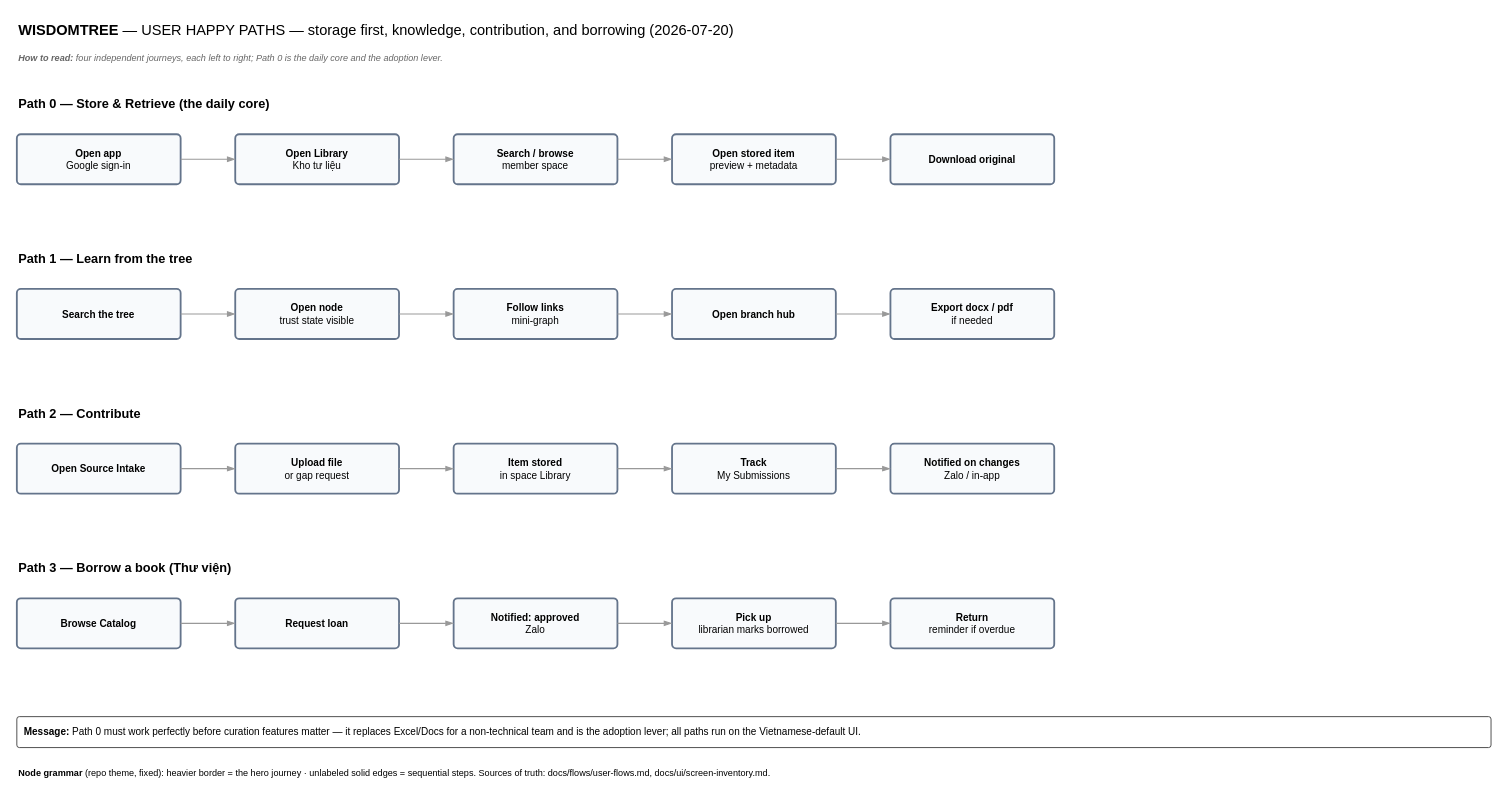
The draw.io diagram docs/diagrams/user-happy-path.drawio in chicuongwg/WisdomTree, before the edit. Source tidied: cells renumbered, new cells numbered last; positions are measured from the earlier drawing's top-left corner, leaving out a move shared by most shapes. Both pictures are drawn from the tidied source at 91%, with x=0, y=0 at pixel (16, 15).
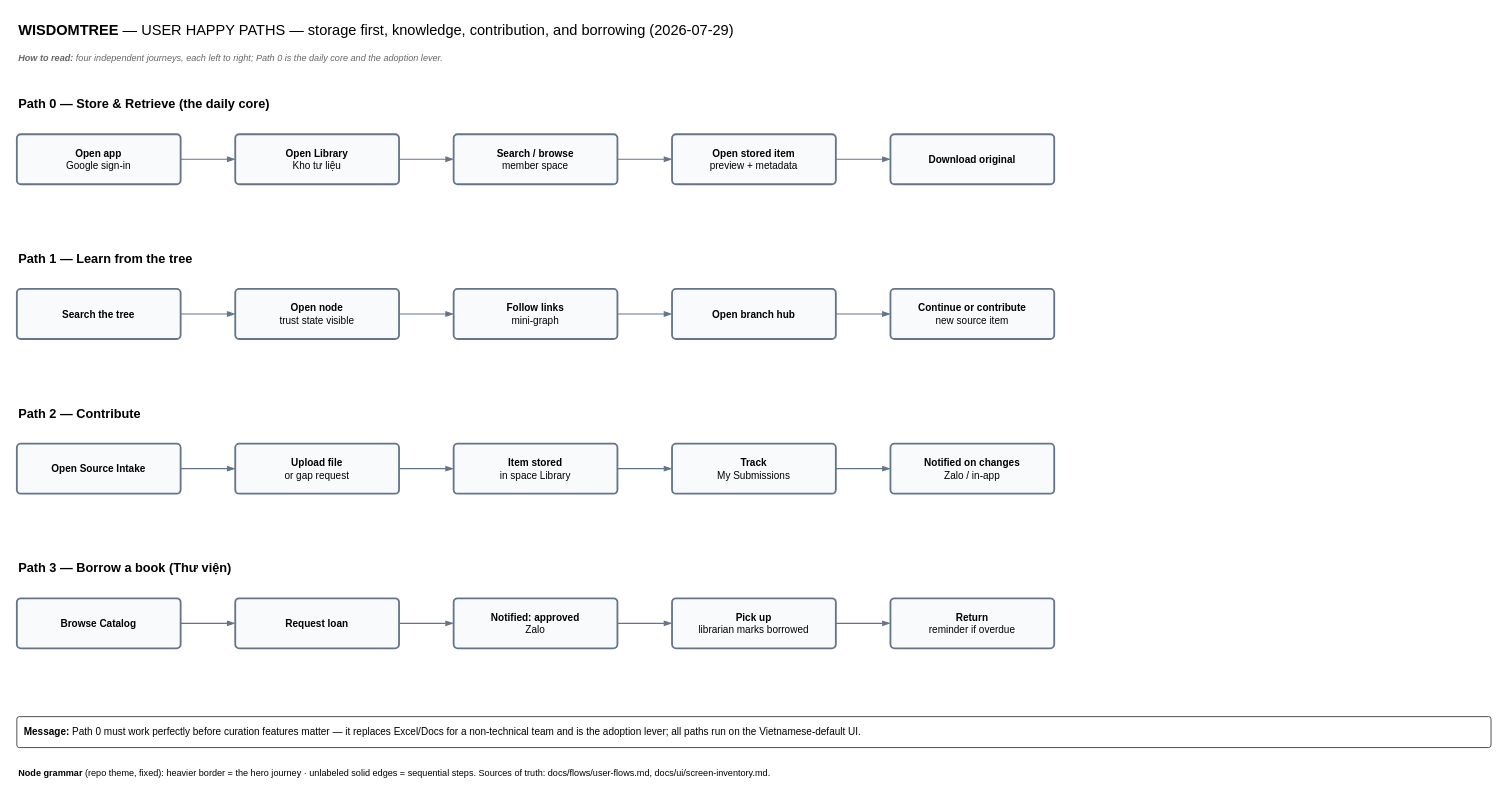
The same diagram, later.

The change refers to these unchanged cells:
```xml
<mxCell id="5" value="&lt;b&gt;Open app&lt;/b&gt;&lt;br&gt;Google sign-in" style="rounded=1;whiteSpace=wrap;html=1;arcSize=8;fillColor=#F8FAFC;strokeColor=#64748B;strokeWidth=2;fontColor=#000000;fontSize=11;align=center;strokeWidth=2;" parent="1" vertex="1">
  <mxGeometry y="130" width="180" height="55" as="geometry" />
</mxCell>
<mxCell id="6" value="&lt;b&gt;Open Library&lt;/b&gt;&lt;br&gt;Kho t&amp;#432; li&amp;#7879;u" style="rounded=1;whiteSpace=wrap;html=1;arcSize=8;fillColor=#F8FAFC;strokeColor=#64748B;strokeWidth=2;fontColor=#000000;fontSize=11;align=center;strokeWidth=2;" parent="1" vertex="1">
  <mxGeometry x="240" y="130" width="180" height="55" as="geometry" />
</mxCell>
<mxCell id="8" value="&lt;b&gt;Search / browse&lt;/b&gt;&lt;br&gt;member space" style="rounded=1;whiteSpace=wrap;html=1;arcSize=8;fillColor=#F8FAFC;strokeColor=#64748B;strokeWidth=2;fontColor=#000000;fontSize=11;align=center;strokeWidth=2;" parent="1" vertex="1">
  <mxGeometry x="480" y="130" width="180" height="55" as="geometry" />
</mxCell>
<mxCell id="10" value="&lt;b&gt;Open stored item&lt;/b&gt;&lt;br&gt;preview + metadata" style="rounded=1;whiteSpace=wrap;html=1;arcSize=8;fillColor=#F8FAFC;strokeColor=#64748B;strokeWidth=2;fontColor=#000000;fontSize=11;align=center;strokeWidth=2;" parent="1" vertex="1">
  <mxGeometry x="720" y="130" width="180" height="55" as="geometry" />
</mxCell>
<mxCell id="12" value="&lt;b&gt;Download original&lt;/b&gt;" style="rounded=1;whiteSpace=wrap;html=1;arcSize=8;fillColor=#F8FAFC;strokeColor=#64748B;strokeWidth=2;fontColor=#000000;fontSize=11;align=center;strokeWidth=2;" parent="1" vertex="1">
  <mxGeometry x="960" y="130" width="180" height="55" as="geometry" />
</mxCell>
<mxCell id="15" value="&lt;b&gt;Search the tree&lt;/b&gt;" style="rounded=1;whiteSpace=wrap;html=1;arcSize=8;fillColor=#F8FAFC;strokeColor=#64748B;strokeWidth=2;fontColor=#000000;fontSize=11;align=center;" parent="1" vertex="1">
  <mxGeometry y="300" width="180" height="55" as="geometry" />
</mxCell>
<mxCell id="16" value="&lt;b&gt;Open node&lt;/b&gt;&lt;br&gt;trust state visible" style="rounded=1;whiteSpace=wrap;html=1;arcSize=8;fillColor=#F8FAFC;strokeColor=#64748B;strokeWidth=2;fontColor=#000000;fontSize=11;align=center;" parent="1" vertex="1">
  <mxGeometry x="240" y="300" width="180" height="55" as="geometry" />
</mxCell>
<mxCell id="18" value="&lt;b&gt;Follow links&lt;/b&gt;&lt;br&gt;mini-graph" style="rounded=1;whiteSpace=wrap;html=1;arcSize=8;fillColor=#F8FAFC;strokeColor=#64748B;strokeWidth=2;fontColor=#000000;fontSize=11;align=center;" parent="1" vertex="1">
  <mxGeometry x="480" y="300" width="180" height="55" as="geometry" />
</mxCell>
<mxCell id="20" value="&lt;b&gt;Open branch hub&lt;/b&gt;" style="rounded=1;whiteSpace=wrap;html=1;arcSize=8;fillColor=#F8FAFC;strokeColor=#64748B;strokeWidth=2;fontColor=#000000;fontSize=11;align=center;" parent="1" vertex="1">
  <mxGeometry x="720" y="300" width="180" height="55" as="geometry" />
</mxCell>
<mxCell id="25" value="&lt;b&gt;Open Source Intake&lt;/b&gt;" style="rounded=1;whiteSpace=wrap;html=1;arcSize=8;fillColor=#F8FAFC;strokeColor=#64748B;strokeWidth=2;fontColor=#000000;fontSize=11;align=center;" parent="1" vertex="1">
  <mxGeometry y="470" width="180" height="55" as="geometry" />
</mxCell>
<mxCell id="26" value="&lt;b&gt;Upload file&lt;/b&gt;&lt;br&gt;or gap request" style="rounded=1;whiteSpace=wrap;html=1;arcSize=8;fillColor=#F8FAFC;strokeColor=#64748B;strokeWidth=2;fontColor=#000000;fontSize=11;align=center;" parent="1" vertex="1">
  <mxGeometry x="240" y="470" width="180" height="55" as="geometry" />
</mxCell>
<mxCell id="28" value="&lt;b&gt;Item stored&lt;/b&gt;&lt;br&gt;in space Library" style="rounded=1;whiteSpace=wrap;html=1;arcSize=8;fillColor=#F8FAFC;strokeColor=#64748B;strokeWidth=2;fontColor=#000000;fontSize=11;align=center;" parent="1" vertex="1">
  <mxGeometry x="480" y="470" width="180" height="55" as="geometry" />
</mxCell>
<mxCell id="30" value="&lt;b&gt;Track&lt;/b&gt;&lt;br&gt;My Submissions" style="rounded=1;whiteSpace=wrap;html=1;arcSize=8;fillColor=#F8FAFC;strokeColor=#64748B;strokeWidth=2;fontColor=#000000;fontSize=11;align=center;" parent="1" vertex="1">
  <mxGeometry x="720" y="470" width="180" height="55" as="geometry" />
</mxCell>
<mxCell id="32" value="&lt;b&gt;Notified on changes&lt;/b&gt;&lt;br&gt;Zalo / in-app" style="rounded=1;whiteSpace=wrap;html=1;arcSize=8;fillColor=#F8FAFC;strokeColor=#64748B;strokeWidth=2;fontColor=#000000;fontSize=11;align=center;" parent="1" vertex="1">
  <mxGeometry x="960" y="470" width="180" height="55" as="geometry" />
</mxCell>
<mxCell id="35" value="&lt;b&gt;Browse Catalog&lt;/b&gt;" style="rounded=1;whiteSpace=wrap;html=1;arcSize=8;fillColor=#F8FAFC;strokeColor=#64748B;strokeWidth=2;fontColor=#000000;fontSize=11;align=center;" parent="1" vertex="1">
  <mxGeometry y="640" width="180" height="55" as="geometry" />
</mxCell>
<mxCell id="36" value="&lt;b&gt;Request loan&lt;/b&gt;" style="rounded=1;whiteSpace=wrap;html=1;arcSize=8;fillColor=#F8FAFC;strokeColor=#64748B;strokeWidth=2;fontColor=#000000;fontSize=11;align=center;" parent="1" vertex="1">
  <mxGeometry x="240" y="640" width="180" height="55" as="geometry" />
</mxCell>
<mxCell id="38" value="&lt;b&gt;Notified: approved&lt;/b&gt;&lt;br&gt;Zalo" style="rounded=1;whiteSpace=wrap;html=1;arcSize=8;fillColor=#F8FAFC;strokeColor=#64748B;strokeWidth=2;fontColor=#000000;fontSize=11;align=center;" parent="1" vertex="1">
  <mxGeometry x="480" y="640" width="180" height="55" as="geometry" />
</mxCell>
<mxCell id="40" value="&lt;b&gt;Pick up&lt;/b&gt;&lt;br&gt;librarian marks borrowed" style="rounded=1;whiteSpace=wrap;html=1;arcSize=8;fillColor=#F8FAFC;strokeColor=#64748B;strokeWidth=2;fontColor=#000000;fontSize=11;align=center;" parent="1" vertex="1">
  <mxGeometry x="720" y="640" width="180" height="55" as="geometry" />
</mxCell>
<mxCell id="42" value="&lt;b&gt;Return&lt;/b&gt;&lt;br&gt;reminder if overdue" style="rounded=1;whiteSpace=wrap;html=1;arcSize=8;fillColor=#F8FAFC;strokeColor=#64748B;strokeWidth=2;fontColor=#000000;fontSize=11;align=center;" parent="1" vertex="1">
  <mxGeometry x="960" y="640" width="180" height="55" as="geometry" />
</mxCell>
```

Change to the diagram source:
```diff
@@
-    <mxCell id="2" value="&lt;b&gt;WISDOMTREE&lt;/b&gt; — USER HAPPY PATHS — storage first, knowledge, contribution, and borrowing (2026-07-20)" style="text;html=1;align=left;verticalAlign=middle;fontSize=16;fontColor=#000000;" parent="1" vertex="1">
+    <mxCell id="2" value="&lt;b&gt;WISDOMTREE&lt;/b&gt; — USER HAPPY PATHS — storage first, knowledge, contribution, and borrowing (2026-07-29)" style="text;html=1;align=left;verticalAlign=middle;fontSize=16;fontColor=#000000;" parent="1" vertex="1">
       <mxGeometry width="1620" height="30" as="geometry" />
     </mxCell>
@@
-    <mxCell id="7" style="edgeStyle=orthogonalEdgeStyle;rounded=1;html=1;fontColor=#000000;labelBackgroundColor=#ffffff;jumpStyle=arc;jumpSize=6;endArrow=blockThin;endFill=1;strokeWidth=1.2;strokeColor=#999999;strokeWidth=1.2;exitX=1;exitY=0.5;entryX=0;entryY=0.5;" parent="1" edge="1" source="5" target="6">
+    <mxCell id="7" style="edgeStyle=orthogonalEdgeStyle;rounded=1;html=1;fontColor=#000000;labelBackgroundColor=#ffffff;jumpStyle=arc;jumpSize=6;endArrow=blockThin;endFill=1;strokeWidth=1.2;strokeColor=#64748B;strokeWidth=1.2;exitX=1;exitY=0.5;entryX=0;entryY=0.5;" parent="1" edge="1" source="5" target="6">
       <mxGeometry relative="1" as="geometry" />
     </mxCell>
@@
-    <mxCell id="9" style="edgeStyle=orthogonalEdgeStyle;rounded=1;html=1;fontColor=#000000;labelBackgroundColor=#ffffff;jumpStyle=arc;jumpSize=6;endArrow=blockThin;endFill=1;strokeWidth=1.2;strokeColor=#999999;strokeWidth=1.2;exitX=1;exitY=0.5;entryX=0;entryY=0.5;" parent="1" edge="1" source="6" target="8">
+    <mxCell id="9" style="edgeStyle=orthogonalEdgeStyle;rounded=1;html=1;fontColor=#000000;labelBackgroundColor=#ffffff;jumpStyle=arc;jumpSize=6;endArrow=blockThin;endFill=1;strokeWidth=1.2;strokeColor=#64748B;strokeWidth=1.2;exitX=1;exitY=0.5;entryX=0;entryY=0.5;" parent="1" edge="1" source="6" target="8">
       <mxGeometry relative="1" as="geometry" />
     </mxCell>
@@
-    <mxCell id="11" style="edgeStyle=orthogonalEdgeStyle;rounded=1;html=1;fontColor=#000000;labelBackgroundColor=#ffffff;jumpStyle=arc;jumpSize=6;endArrow=blockThin;endFill=1;strokeWidth=1.2;strokeColor=#999999;strokeWidth=1.2;exitX=1;exitY=0.5;entryX=0;entryY=0.5;" parent="1" edge="1" source="8" target="10">
+    <mxCell id="11" style="edgeStyle=orthogonalEdgeStyle;rounded=1;html=1;fontColor=#000000;labelBackgroundColor=#ffffff;jumpStyle=arc;jumpSize=6;endArrow=blockThin;endFill=1;strokeWidth=1.2;strokeColor=#64748B;strokeWidth=1.2;exitX=1;exitY=0.5;entryX=0;entryY=0.5;" parent="1" edge="1" source="8" target="10">
       <mxGeometry relative="1" as="geometry" />
     </mxCell>
@@
-    <mxCell id="13" style="edgeStyle=orthogonalEdgeStyle;rounded=1;html=1;fontColor=#000000;labelBackgroundColor=#ffffff;jumpStyle=arc;jumpSize=6;endArrow=blockThin;endFill=1;strokeWidth=1.2;strokeColor=#999999;strokeWidth=1.2;exitX=1;exitY=0.5;entryX=0;entryY=0.5;" parent="1" edge="1" source="10" target="12">
+    <mxCell id="13" style="edgeStyle=orthogonalEdgeStyle;rounded=1;html=1;fontColor=#000000;labelBackgroundColor=#ffffff;jumpStyle=arc;jumpSize=6;endArrow=blockThin;endFill=1;strokeWidth=1.2;strokeColor=#64748B;strokeWidth=1.2;exitX=1;exitY=0.5;entryX=0;entryY=0.5;" parent="1" edge="1" source="10" target="12">
       <mxGeometry relative="1" as="geometry" />
     </mxCell>
@@
-    <mxCell id="17" style="edgeStyle=orthogonalEdgeStyle;rounded=1;html=1;fontColor=#000000;labelBackgroundColor=#ffffff;jumpStyle=arc;jumpSize=6;endArrow=blockThin;endFill=1;strokeWidth=1.2;strokeColor=#999999;strokeWidth=1.2;exitX=1;exitY=0.5;entryX=0;entryY=0.5;" parent="1" edge="1" source="15" target="16">
+    <mxCell id="17" style="edgeStyle=orthogonalEdgeStyle;rounded=1;html=1;fontColor=#000000;labelBackgroundColor=#ffffff;jumpStyle=arc;jumpSize=6;endArrow=blockThin;endFill=1;strokeWidth=1.2;strokeColor=#64748B;strokeWidth=1.2;exitX=1;exitY=0.5;entryX=0;entryY=0.5;" parent="1" edge="1" source="15" target="16">
       <mxGeometry relative="1" as="geometry" />
     </mxCell>
@@
-    <mxCell id="19" style="edgeStyle=orthogonalEdgeStyle;rounded=1;html=1;fontColor=#000000;labelBackgroundColor=#ffffff;jumpStyle=arc;jumpSize=6;endArrow=blockThin;endFill=1;strokeWidth=1.2;strokeColor=#999999;strokeWidth=1.2;exitX=1;exitY=0.5;entryX=0;entryY=0.5;" parent="1" edge="1" source="16" target="18">
+    <mxCell id="19" style="edgeStyle=orthogonalEdgeStyle;rounded=1;html=1;fontColor=#000000;labelBackgroundColor=#ffffff;jumpStyle=arc;jumpSize=6;endArrow=blockThin;endFill=1;strokeWidth=1.2;strokeColor=#64748B;strokeWidth=1.2;exitX=1;exitY=0.5;entryX=0;entryY=0.5;" parent="1" edge="1" source="16" target="18">
       <mxGeometry relative="1" as="geometry" />
     </mxCell>
@@
-    <mxCell id="21" style="edgeStyle=orthogonalEdgeStyle;rounded=1;html=1;fontColor=#000000;labelBackgroundColor=#ffffff;jumpStyle=arc;jumpSize=6;endArrow=blockThin;endFill=1;strokeWidth=1.2;strokeColor=#999999;strokeWidth=1.2;exitX=1;exitY=0.5;entryX=0;entryY=0.5;" parent="1" edge="1" source="18" target="20">
+    <mxCell id="21" style="edgeStyle=orthogonalEdgeStyle;rounded=1;html=1;fontColor=#000000;labelBackgroundColor=#ffffff;jumpStyle=arc;jumpSize=6;endArrow=blockThin;endFill=1;strokeWidth=1.2;strokeColor=#64748B;strokeWidth=1.2;exitX=1;exitY=0.5;entryX=0;entryY=0.5;" parent="1" edge="1" source="18" target="20">
       <mxGeometry relative="1" as="geometry" />
     </mxCell>
-    <mxCell id="22" value="&lt;b&gt;Export docx / pdf&lt;/b&gt;&lt;br&gt;if needed" style="rounded=1;whiteSpace=wrap;html=1;arcSize=8;fillColor=#F8FAFC;strokeColor=#64748B;strokeWidth=2;fontColor=#000000;fontSize=11;align=center;" parent="1" vertex="1">
+    <mxCell id="22" value="&lt;b&gt;Continue or contribute&lt;/b&gt;&lt;br&gt;new source item" style="rounded=1;whiteSpace=wrap;html=1;arcSize=8;fillColor=#F8FAFC;strokeColor=#64748B;strokeWidth=2;fontColor=#000000;fontSize=11;align=center;" parent="1" vertex="1">
       <mxGeometry x="960" y="300" width="180" height="55" as="geometry" />
     </mxCell>
-    <mxCell id="23" style="edgeStyle=orthogonalEdgeStyle;rounded=1;html=1;fontColor=#000000;labelBackgroundColor=#ffffff;jumpStyle=arc;jumpSize=6;endArrow=blockThin;endFill=1;strokeWidth=1.2;strokeColor=#999999;strokeWidth=1.2;exitX=1;exitY=0.5;entryX=0;entryY=0.5;" parent="1" edge="1" source="20" target="22">
+    <mxCell id="23" style="edgeStyle=orthogonalEdgeStyle;rounded=1;html=1;fontColor=#000000;labelBackgroundColor=#ffffff;jumpStyle=arc;jumpSize=6;endArrow=blockThin;endFill=1;strokeWidth=1.2;strokeColor=#64748B;strokeWidth=1.2;exitX=1;exitY=0.5;entryX=0;entryY=0.5;" parent="1" edge="1" source="20" target="22">
       <mxGeometry relative="1" as="geometry" />
     </mxCell>
@@
-    <mxCell id="27" style="edgeStyle=orthogonalEdgeStyle;rounded=1;html=1;fontColor=#000000;labelBackgroundColor=#ffffff;jumpStyle=arc;jumpSize=6;endArrow=blockThin;endFill=1;strokeWidth=1.2;strokeColor=#999999;strokeWidth=1.2;exitX=1;exitY=0.5;entryX=0;entryY=0.5;" parent="1" edge="1" source="25" target="26">
+    <mxCell id="27" style="edgeStyle=orthogonalEdgeStyle;rounded=1;html=1;fontColor=#000000;labelBackgroundColor=#ffffff;jumpStyle=arc;jumpSize=6;endArrow=blockThin;endFill=1;strokeWidth=1.2;strokeColor=#64748B;strokeWidth=1.2;exitX=1;exitY=0.5;entryX=0;entryY=0.5;" parent="1" edge="1" source="25" target="26">
       <mxGeometry relative="1" as="geometry" />
     </mxCell>
@@
-    <mxCell id="29" style="edgeStyle=orthogonalEdgeStyle;rounded=1;html=1;fontColor=#000000;labelBackgroundColor=#ffffff;jumpStyle=arc;jumpSize=6;endArrow=blockThin;endFill=1;strokeWidth=1.2;strokeColor=#999999;strokeWidth=1.2;exitX=1;exitY=0.5;entryX=0;entryY=0.5;" parent="1" edge="1" source="26" target="28">
+    <mxCell id="29" style="edgeStyle=orthogonalEdgeStyle;rounded=1;html=1;fontColor=#000000;labelBackgroundColor=#ffffff;jumpStyle=arc;jumpSize=6;endArrow=blockThin;endFill=1;strokeWidth=1.2;strokeColor=#64748B;strokeWidth=1.2;exitX=1;exitY=0.5;entryX=0;entryY=0.5;" parent="1" edge="1" source="26" target="28">
       <mxGeometry relative="1" as="geometry" />
     </mxCell>
@@
-    <mxCell id="31" style="edgeStyle=orthogonalEdgeStyle;rounded=1;html=1;fontColor=#000000;labelBackgroundColor=#ffffff;jumpStyle=arc;jumpSize=6;endArrow=blockThin;endFill=1;strokeWidth=1.2;strokeColor=#999999;strokeWidth=1.2;exitX=1;exitY=0.5;entryX=0;entryY=0.5;" parent="1" edge="1" source="28" target="30">
+    <mxCell id="31" style="edgeStyle=orthogonalEdgeStyle;rounded=1;html=1;fontColor=#000000;labelBackgroundColor=#ffffff;jumpStyle=arc;jumpSize=6;endArrow=blockThin;endFill=1;strokeWidth=1.2;strokeColor=#64748B;strokeWidth=1.2;exitX=1;exitY=0.5;entryX=0;entryY=0.5;" parent="1" edge="1" source="28" target="30">
       <mxGeometry relative="1" as="geometry" />
     </mxCell>
@@
-    <mxCell id="33" style="edgeStyle=orthogonalEdgeStyle;rounded=1;html=1;fontColor=#000000;labelBackgroundColor=#ffffff;jumpStyle=arc;jumpSize=6;endArrow=blockThin;endFill=1;strokeWidth=1.2;strokeColor=#999999;strokeWidth=1.2;exitX=1;exitY=0.5;entryX=0;entryY=0.5;" parent="1" edge="1" source="30" target="32">
+    <mxCell id="33" style="edgeStyle=orthogonalEdgeStyle;rounded=1;html=1;fontColor=#000000;labelBackgroundColor=#ffffff;jumpStyle=arc;jumpSize=6;endArrow=blockThin;endFill=1;strokeWidth=1.2;strokeColor=#64748B;strokeWidth=1.2;exitX=1;exitY=0.5;entryX=0;entryY=0.5;" parent="1" edge="1" source="30" target="32">
       <mxGeometry relative="1" as="geometry" />
     </mxCell>
@@
-    <mxCell id="37" style="edgeStyle=orthogonalEdgeStyle;rounded=1;html=1;fontColor=#000000;labelBackgroundColor=#ffffff;jumpStyle=arc;jumpSize=6;endArrow=blockThin;endFill=1;strokeWidth=1.2;strokeColor=#999999;strokeWidth=1.2;exitX=1;exitY=0.5;entryX=0;entryY=0.5;" parent="1" edge="1" source="35" target="36">
+    <mxCell id="37" style="edgeStyle=orthogonalEdgeStyle;rounded=1;html=1;fontColor=#000000;labelBackgroundColor=#ffffff;jumpStyle=arc;jumpSize=6;endArrow=blockThin;endFill=1;strokeWidth=1.2;strokeColor=#64748B;strokeWidth=1.2;exitX=1;exitY=0.5;entryX=0;entryY=0.5;" parent="1" edge="1" source="35" target="36">
       <mxGeometry relative="1" as="geometry" />
     </mxCell>
@@
-    <mxCell id="39" style="edgeStyle=orthogonalEdgeStyle;rounded=1;html=1;fontColor=#000000;labelBackgroundColor=#ffffff;jumpStyle=arc;jumpSize=6;endArrow=blockThin;endFill=1;strokeWidth=1.2;strokeColor=#999999;strokeWidth=1.2;exitX=1;exitY=0.5;entryX=0;entryY=0.5;" parent="1" edge="1" source="36" target="38">
+    <mxCell id="39" style="edgeStyle=orthogonalEdgeStyle;rounded=1;html=1;fontColor=#000000;labelBackgroundColor=#ffffff;jumpStyle=arc;jumpSize=6;endArrow=blockThin;endFill=1;strokeWidth=1.2;strokeColor=#64748B;strokeWidth=1.2;exitX=1;exitY=0.5;entryX=0;entryY=0.5;" parent="1" edge="1" source="36" target="38">
       <mxGeometry relative="1" as="geometry" />
     </mxCell>
@@
-    <mxCell id="41" style="edgeStyle=orthogonalEdgeStyle;rounded=1;html=1;fontColor=#000000;labelBackgroundColor=#ffffff;jumpStyle=arc;jumpSize=6;endArrow=blockThin;endFill=1;strokeWidth=1.2;strokeColor=#999999;strokeWidth=1.2;exitX=1;exitY=0.5;entryX=0;entryY=0.5;" parent="1" edge="1" source="38" target="40">
+    <mxCell id="41" style="edgeStyle=orthogonalEdgeStyle;rounded=1;html=1;fontColor=#000000;labelBackgroundColor=#ffffff;jumpStyle=arc;jumpSize=6;endArrow=blockThin;endFill=1;strokeWidth=1.2;strokeColor=#64748B;strokeWidth=1.2;exitX=1;exitY=0.5;entryX=0;entryY=0.5;" parent="1" edge="1" source="38" target="40">
       <mxGeometry relative="1" as="geometry" />
     </mxCell>
@@
-    <mxCell id="43" style="edgeStyle=orthogonalEdgeStyle;rounded=1;html=1;fontColor=#000000;labelBackgroundColor=#ffffff;jumpStyle=arc;jumpSize=6;endArrow=blockThin;endFill=1;strokeWidth=1.2;strokeColor=#999999;strokeWidth=1.2;exitX=1;exitY=0.5;entryX=0;entryY=0.5;" parent="1" edge="1" source="40" target="42">
+    <mxCell id="43" style="edgeStyle=orthogonalEdgeStyle;rounded=1;html=1;fontColor=#000000;labelBackgroundColor=#ffffff;jumpStyle=arc;jumpSize=6;endArrow=blockThin;endFill=1;strokeWidth=1.2;strokeColor=#64748B;strokeWidth=1.2;exitX=1;exitY=0.5;entryX=0;entryY=0.5;" parent="1" edge="1" source="40" target="42">
       <mxGeometry relative="1" as="geometry" />
     </mxCell>
```
